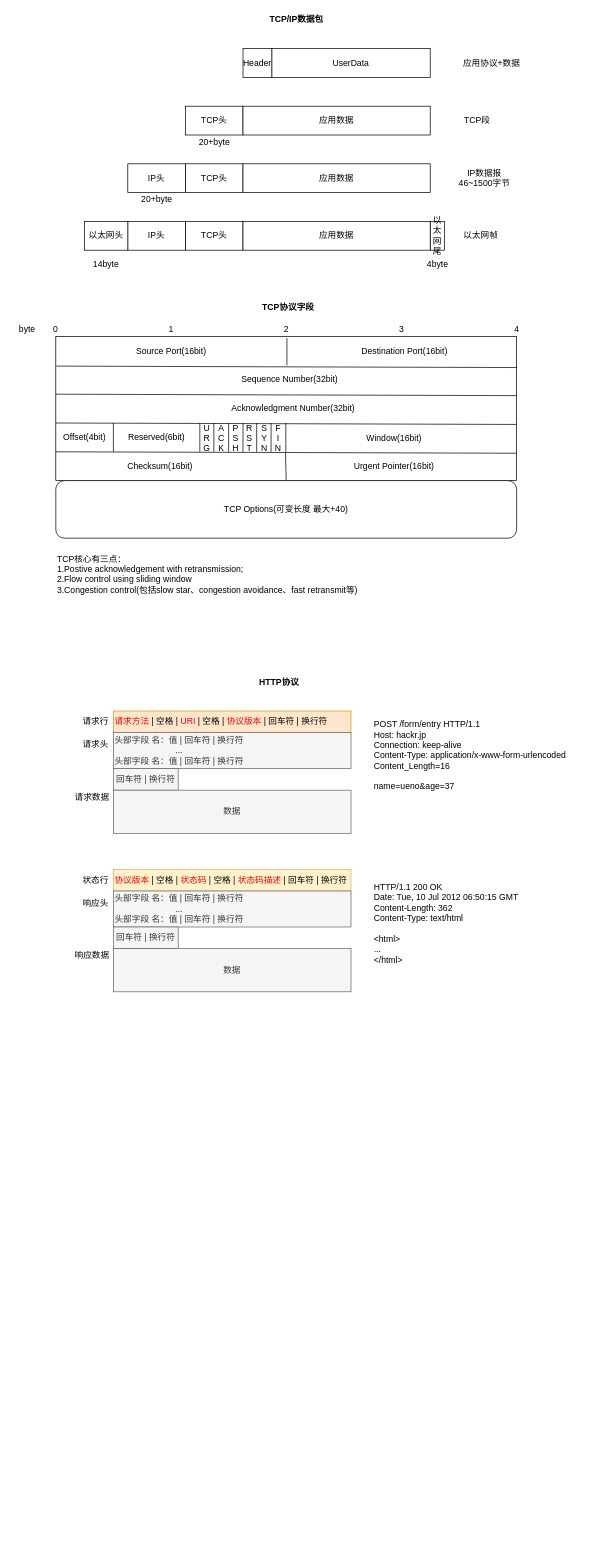
xuelei20/drawio keeps this draw.io diagram as TCP-IP.drawio. Above is the earlier version. Source tidied: cells renumbered, new cells numbered last; positions are measured from the earlier drawing's top-left corner, leaving out a move shared by most shapes. Both pictures are drawn from the tidied source at 72%, with x=0, y=0 at pixel (12, 12).
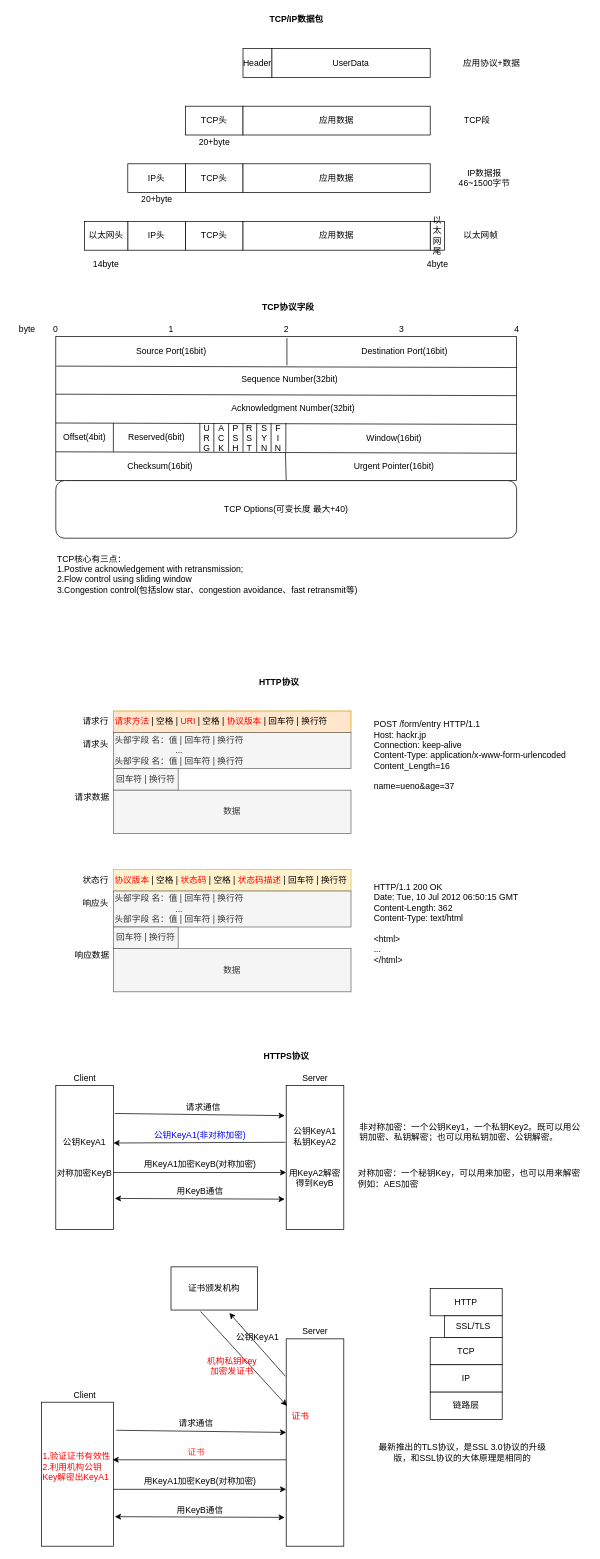
Above is the later version.

Change to the diagram source:
```diff
@@
+    <mxCell id="79" value="&lt;b&gt;HTTPS协议&lt;/b&gt;" style="text;html=1;align=center;verticalAlign=middle;" parent="1" vertex="1">
+      <mxGeometry x="340" y="1440" width="80" height="20" as="geometry" />
+    </mxCell>
+    <mxCell id="80" value="公钥KeyA1&lt;br&gt;&lt;br&gt;&lt;br&gt;对称加密KeyB" style="rounded=0;whiteSpace=wrap;html=1;" parent="1" vertex="1">
+      <mxGeometry x="60" y="1490" width="80" height="200" as="geometry" />
+    </mxCell>
+    <mxCell id="81" value="&lt;div&gt;&lt;/div&gt;公钥KeyA1&lt;br&gt;私钥KeyA2&lt;br&gt;&lt;br&gt;&lt;br&gt;用KeyA2解密得到KeyB" style="rounded=0;whiteSpace=wrap;html=1;" parent="1" vertex="1">
+      <mxGeometry x="380" y="1490" width="80" height="200" as="geometry" />
+    </mxCell>
+    <mxCell id="82" style="endArrow=classic;html=1;exitX=1.025;exitY=0.195;exitDx=0;exitDy=0;exitPerimeter=0;entryX=-0.025;entryY=0.21;entryDx=0;entryDy=0;entryPerimeter=0;" parent="1" edge="1" source="80" target="81">
+      <mxGeometry relative="1" as="geometry" />
+    </mxCell>
+    <mxCell id="83" value="请求通信" style="text;html=1;strokeColor=none;fillColor=none;align=center;verticalAlign=middle;whiteSpace=wrap;rounded=0;" parent="1" vertex="1">
+      <mxGeometry x="240" y="1510" width="50" height="20" as="geometry" />
+    </mxCell>
+    <mxCell id="84" style="endArrow=classic;html=1;entryX=1;entryY=0.4;entryDx=0;entryDy=0;entryPerimeter=0;exitX=-0.012;exitY=0.395;exitDx=0;exitDy=0;exitPerimeter=0;" parent="1" edge="1" source="81" target="80">
+      <mxGeometry relative="1" as="geometry" />
+    </mxCell>
+    <mxCell id="85" value="公钥KeyA1(非对称加密)" style="text;html=1;align=center;verticalAlign=middle;fontColor=#0000FF;" parent="1" vertex="1">
+      <mxGeometry x="190" y="1550" width="140" height="20" as="geometry" />
+    </mxCell>
+    <mxCell id="86" style="endArrow=classic;html=1;entryX=0;entryY=0.605;entryDx=0;entryDy=0;entryPerimeter=0;" parent="1" edge="1" target="81">
+      <mxGeometry relative="1" as="geometry">
+        <mxPoint x="140" y="1611" as="sourcePoint" />
+      </mxGeometry>
+    </mxCell>
+    <mxCell id="87" value="用KeyA1加密KeyB(对称加密)" style="text;html=1;align=center;verticalAlign=middle;" parent="1" vertex="1">
+      <mxGeometry x="175" y="1590" width="170" height="20" as="geometry" />
+    </mxCell>
+    <mxCell id="88" style="endArrow=classic;startArrow=classic;html=1;exitX=1.025;exitY=0.785;exitDx=0;exitDy=0;exitPerimeter=0;entryX=-0.025;entryY=0.79;entryDx=0;entryDy=0;entryPerimeter=0;" parent="1" edge="1" source="80" target="81">
+      <mxGeometry relative="1" as="geometry" />
+    </mxCell>
+    <mxCell id="89" value="用KeyB通信" style="text;html=1;align=center;verticalAlign=middle;" parent="1" vertex="1">
+      <mxGeometry x="220" y="1628" width="80" height="20" as="geometry" />
+    </mxCell>
+    <mxCell id="90" value="Client" style="text;html=1;align=center;verticalAlign=middle;" parent="1" vertex="1">
+      <mxGeometry x="75" y="1470" width="50" height="20" as="geometry" />
+    </mxCell>
+    <mxCell id="91" value="Server" style="text;html=1;align=center;verticalAlign=middle;" parent="1" vertex="1">
+      <mxGeometry x="395" y="1470" width="50" height="20" as="geometry" />
+    </mxCell>
+    <mxCell id="92" value="对称加密：一个秘钥Key，可以用来加密，也可以用来解密&lt;br&gt;例如：AES加密" style="text;html=1;strokeColor=none;fillColor=none;align=left;verticalAlign=middle;whiteSpace=wrap;rounded=0;" parent="1" vertex="1">
+      <mxGeometry x="477.5" y="1610" width="320" height="20" as="geometry" />
+    </mxCell>
+    <mxCell id="93" value="非对称加密：一个公钥Key1，一个私钥Key2。既可以用公钥加密、私钥解密；也可以用私钥加密、公钥解密。" style="text;html=1;strokeColor=none;fillColor=none;align=left;verticalAlign=middle;whiteSpace=wrap;rounded=0;" parent="1" vertex="1">
+      <mxGeometry x="480" y="1530" width="320" height="50" as="geometry" />
+    </mxCell>
+    <mxCell id="94" value="证书颁发机构" style="rounded=0;whiteSpace=wrap;html=1;align=center;" parent="1" vertex="1">
+      <mxGeometry x="220" y="1742" width="120" height="60" as="geometry" />
+    </mxCell>
+    <mxCell id="95" value="Server" style="text;html=1;align=center;verticalAlign=middle;" parent="1" vertex="1">
+      <mxGeometry x="395" y="1822" width="50" height="20" as="geometry" />
+    </mxCell>
+    <mxCell id="96" value="&lt;div&gt;&lt;/div&gt;" style="rounded=0;whiteSpace=wrap;html=1;" parent="1" vertex="1">
+      <mxGeometry x="380" y="1842" width="80" height="288" as="geometry" />
+    </mxCell>
+    <mxCell id="97" style="endArrow=classic;html=1;exitX=-0.012;exitY=0.181;exitDx=0;exitDy=0;entryX=0.675;entryY=1.067;entryDx=0;entryDy=0;entryPerimeter=0;exitPerimeter=0;" parent="1" edge="1" source="96" target="94">
+      <mxGeometry relative="1" as="geometry" />
+    </mxCell>
+    <mxCell id="98" value="公钥KeyA1" style="text;html=1;align=center;verticalAlign=middle;" parent="1" vertex="1">
+      <mxGeometry x="305" y="1830" width="70" height="20" as="geometry" />
+    </mxCell>
+    <mxCell id="99" style="endArrow=classic;html=1;exitX=0.342;exitY=1.033;exitDx=0;exitDy=0;exitPerimeter=0;entryX=0.013;entryY=0.323;entryDx=0;entryDy=0;entryPerimeter=0;" parent="1" edge="1" source="94" target="96">
+      <mxGeometry relative="1" as="geometry" />
+    </mxCell>
+    <mxCell id="100" value="机构私钥Key加密发证书" style="text;html=1;strokeColor=none;fillColor=none;align=center;verticalAlign=middle;whiteSpace=wrap;rounded=0;fontColor=#FF0000;" parent="1" vertex="1">
+      <mxGeometry x="265" y="1870" width="80" height="20" as="geometry" />
+    </mxCell>
+    <mxCell id="101" value="Client" style="text;html=1;align=center;verticalAlign=middle;" parent="1" vertex="1">
+      <mxGeometry x="75" y="1910" width="50" height="20" as="geometry" />
+    </mxCell>
+    <mxCell id="102" style="rounded=0;whiteSpace=wrap;html=1;" parent="1" vertex="1">
+      <mxGeometry x="40" y="1930" width="100" height="200" as="geometry" />
+    </mxCell>
+    <mxCell id="103" value="请求通信" style="text;html=1;strokeColor=none;fillColor=none;align=center;verticalAlign=middle;whiteSpace=wrap;rounded=0;" parent="1" vertex="1">
+      <mxGeometry x="230" y="1950" width="50" height="20" as="geometry" />
+    </mxCell>
+    <mxCell id="104" style="endArrow=classic;html=1;exitX=1.025;exitY=0.195;exitDx=0;exitDy=0;exitPerimeter=0;entryX=-0.025;entryY=0.21;entryDx=0;entryDy=0;entryPerimeter=0;" parent="1" edge="1">
+      <mxGeometry relative="1" as="geometry">
+        <mxPoint x="144" y="1969" as="sourcePoint" />
+        <mxPoint x="380" y="1972" as="targetPoint" />
+      </mxGeometry>
+    </mxCell>
+    <mxCell id="105" style="endArrow=classic;html=1;entryX=0.988;entryY=0.4;entryDx=0;entryDy=0;entryPerimeter=0;" parent="1" edge="1" target="102">
+      <mxGeometry relative="1" as="geometry">
+        <mxPoint x="380" y="2010" as="sourcePoint" />
+      </mxGeometry>
+    </mxCell>
+    <mxCell id="106" value="证书" style="text;html=1;align=center;verticalAlign=middle;fontColor=#FF3333;" parent="1" vertex="1">
+      <mxGeometry x="235" y="1990" width="40" height="20" as="geometry" />
+    </mxCell>
+    <mxCell id="107" value="1.验证证书有效性&lt;br&gt;2.利用机构公钥Key解密出KeyA1" style="text;html=1;strokeColor=none;fillColor=none;align=left;verticalAlign=middle;whiteSpace=wrap;rounded=0;fontColor=#FF0000;" parent="1" vertex="1">
+      <mxGeometry x="40" y="2010" width="100" height="20" as="geometry" />
+    </mxCell>
+    <mxCell id="108" style="endArrow=classic;html=1;entryX=0;entryY=0.605;entryDx=0;entryDy=0;entryPerimeter=0;" parent="1" edge="1">
+      <mxGeometry relative="1" as="geometry">
+        <mxPoint x="140" y="2051" as="sourcePoint" />
+        <mxPoint x="380" y="2051" as="targetPoint" />
+      </mxGeometry>
+    </mxCell>
+    <mxCell id="109" value="用KeyA1加密KeyB(对称加密)" style="text;html=1;align=center;verticalAlign=middle;" parent="1" vertex="1">
+      <mxGeometry x="175" y="2030" width="170" height="20" as="geometry" />
+    </mxCell>
+    <mxCell id="110" style="endArrow=classic;startArrow=classic;html=1;exitX=1.025;exitY=0.785;exitDx=0;exitDy=0;exitPerimeter=0;entryX=-0.025;entryY=0.79;entryDx=0;entryDy=0;entryPerimeter=0;" parent="1" edge="1">
+      <mxGeometry relative="1" as="geometry">
+        <mxPoint x="142" y="2089" as="sourcePoint" />
+        <mxPoint x="378" y="2090" as="targetPoint" />
+      </mxGeometry>
+    </mxCell>
+    <mxCell id="111" value="用KeyB通信" style="text;html=1;align=center;verticalAlign=middle;" parent="1" vertex="1">
+      <mxGeometry x="220" y="2070" width="80" height="20" as="geometry" />
+    </mxCell>
+    <mxCell id="112" value="证书" style="text;html=1;strokeColor=none;fillColor=none;align=center;verticalAlign=middle;whiteSpace=wrap;rounded=0;fontColor=#FF0000;" parent="1" vertex="1">
+      <mxGeometry x="380" y="1940" width="40" height="20" as="geometry" />
+    </mxCell>
+    <mxCell id="113" value="&lt;font color=&quot;#000000&quot;&gt;HTTP&lt;/font&gt;" style="rounded=0;whiteSpace=wrap;html=1;fontColor=#FF0000;align=center;" parent="1" vertex="1">
+      <mxGeometry x="580" y="1772" width="100" height="38" as="geometry" />
+    </mxCell>
+    <mxCell id="114" value="&lt;font color=&quot;#000000&quot;&gt;TCP&lt;/font&gt;" style="rounded=0;whiteSpace=wrap;html=1;fontColor=#FF0000;align=center;" parent="1" vertex="1">
+      <mxGeometry x="580" y="1840" width="100" height="38" as="geometry" />
+    </mxCell>
+    <mxCell id="115" value="&lt;font color=&quot;#000000&quot;&gt;IP&lt;/font&gt;" style="rounded=0;whiteSpace=wrap;html=1;fontColor=#FF0000;align=center;" parent="1" vertex="1">
+      <mxGeometry x="580" y="1878" width="100" height="38" as="geometry" />
+    </mxCell>
+    <mxCell id="116" value="&lt;font color=&quot;#000000&quot;&gt;链路层&lt;/font&gt;" style="rounded=0;whiteSpace=wrap;html=1;fontColor=#FF0000;align=center;" parent="1" vertex="1">
+      <mxGeometry x="580" y="1916" width="100" height="38" as="geometry" />
+    </mxCell>
+    <mxCell id="117" value="&lt;font color=&quot;#000000&quot;&gt;SSL/TLS&lt;/font&gt;" style="rounded=0;whiteSpace=wrap;html=1;fontColor=#FF0000;align=center;" parent="1" vertex="1">
+      <mxGeometry x="600" y="1810" width="80" height="30" as="geometry" />
+    </mxCell>
+    <mxCell id="118" value="最新推出的TLS协议，是SSL 3.0协议的升级版，和SSL协议的大体原理是相同的" style="text;html=1;strokeColor=none;fillColor=none;align=center;verticalAlign=middle;whiteSpace=wrap;rounded=0;" parent="1" vertex="1">
+      <mxGeometry x="500" y="1970" width="250" height="60" as="geometry" />
+    </mxCell>
```
